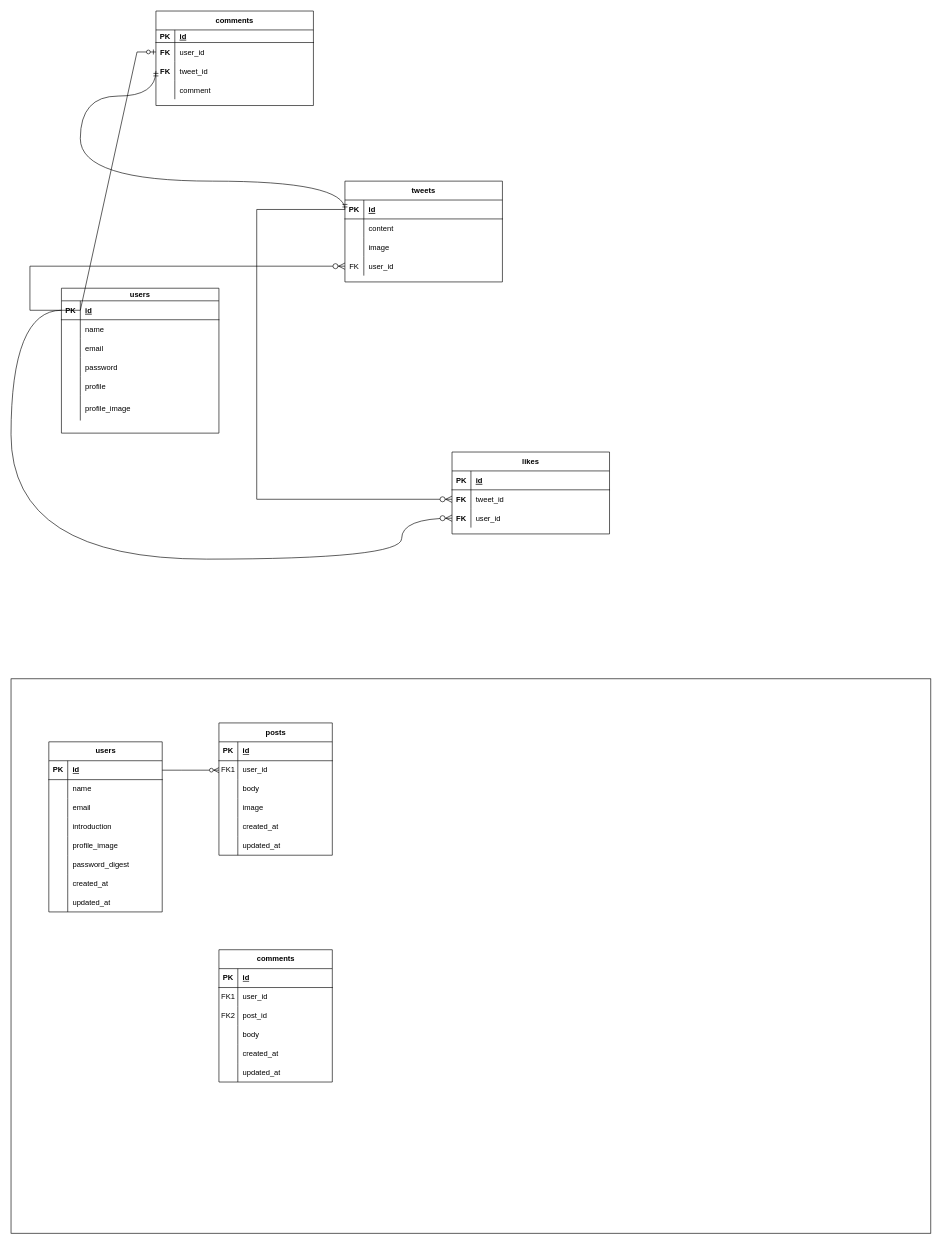
Before: tweet.drawio in Hanakus0/free_repo, a draw.io diagram. Source tidied: cells renumbered, new cells numbered last; positions are measured from the earlier drawing's top-left corner, leaving out a move shared by most shapes. Both pictures are drawn from the tidied source at 63%, with x=0, y=0 at pixel (11, 11).
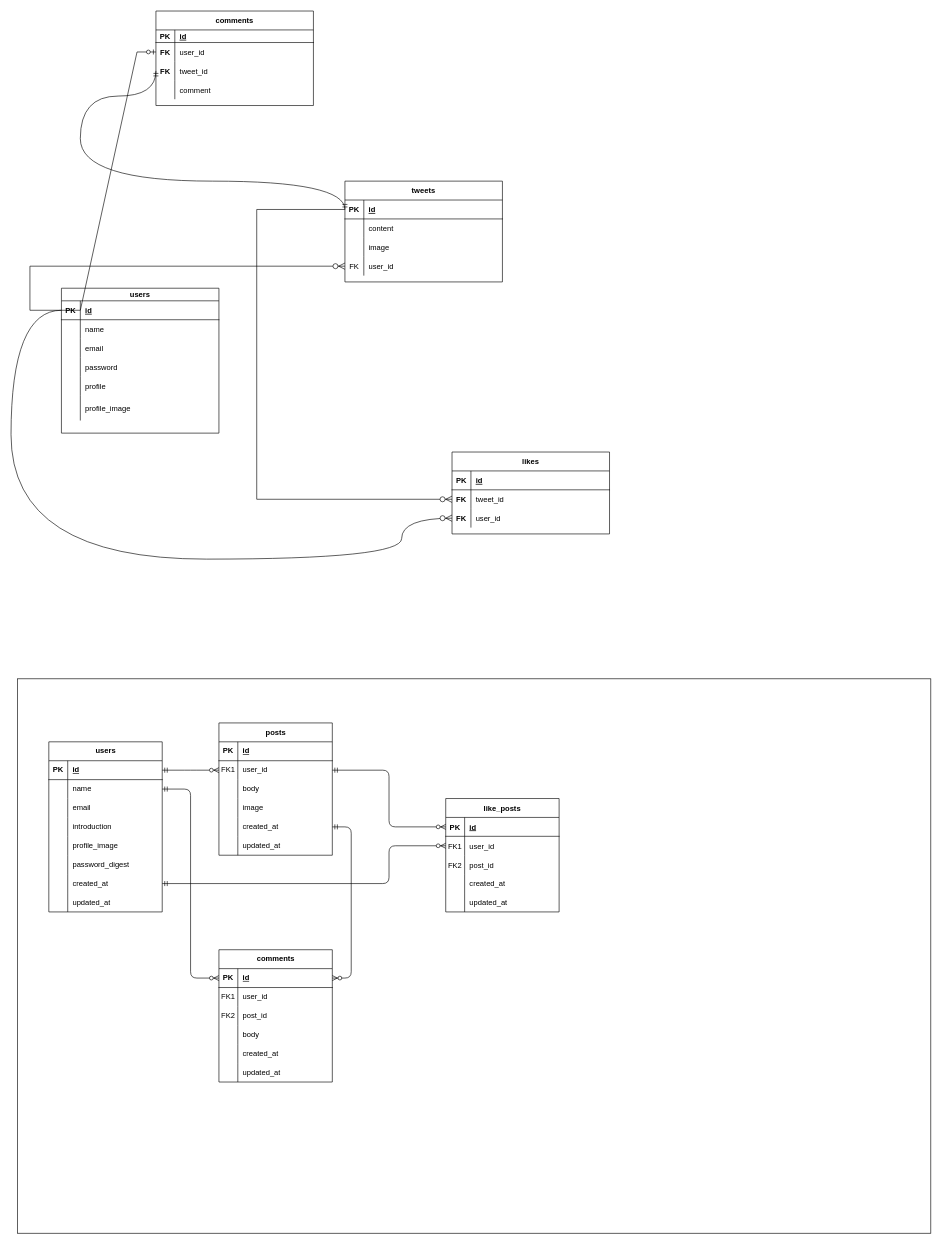
The same page after the edit.

The change refers to these unchanged cells:
```xml
<mxCell id="65" style="shape=tableRow;horizontal=0;startSize=0;swimlaneHead=0;swimlaneBody=0;fillColor=none;points=[[0,0.5],[1,0.5]];portConstraint=eastwest;top=0;left=0;right=0;bottom=1;" parent="64" vertex="1">
  <mxGeometry y="30" width="180" height="30" as="geometry" />
</mxCell>
<mxCell id="68" style="shape=tableRow;horizontal=0;startSize=0;swimlaneHead=0;swimlaneBody=0;fillColor=none;points=[[0,0.5],[1,0.5]];portConstraint=eastwest;top=0;left=0;right=0;bottom=0;" parent="64" vertex="1">
  <mxGeometry y="60" width="180" height="30" as="geometry" />
</mxCell>
<mxCell id="83" style="shape=tableRow;horizontal=0;startSize=0;swimlaneHead=0;swimlaneBody=0;fillColor=none;points=[[0,0.5],[1,0.5]];portConstraint=eastwest;top=0;left=0;right=0;bottom=0;" parent="64" vertex="1">
  <mxGeometry y="210" width="180" height="30" as="geometry" />
</mxCell>
<mxCell id="93" style="shape=tableRow;horizontal=0;startSize=0;swimlaneHead=0;swimlaneBody=0;fillColor=none;points=[[0,0.5],[1,0.5]];portConstraint=eastwest;top=0;left=0;right=0;bottom=0;" parent="89" vertex="1">
  <mxGeometry y="60" width="180" height="30" as="geometry" />
</mxCell>
<mxCell id="102" style="shape=tableRow;horizontal=0;startSize=0;swimlaneHead=0;swimlaneBody=0;fillColor=none;points=[[0,0.5],[1,0.5]];portConstraint=eastwest;top=0;left=0;right=0;bottom=0;" parent="89" vertex="1">
  <mxGeometry y="150" width="180" height="30" as="geometry" />
</mxCell>
<mxCell id="110" style="shape=tableRow;horizontal=0;startSize=0;swimlaneHead=0;swimlaneBody=0;fillColor=none;points=[[0,0.5],[1,0.5]];portConstraint=eastwest;top=0;left=0;right=0;bottom=1;" parent="109" vertex="1">
  <mxGeometry y="30" width="180" height="30" as="geometry" />
</mxCell>
```

Change to the diagram source:
```diff
@@
     <mxCell id="63" style="rounded=0;whiteSpace=wrap;html=1;" parent="1" vertex="1">
-      <mxGeometry y="1060" width="1460" height="880" as="geometry" />
+      <mxGeometry x="10" y="1060" width="1450" height="880" as="geometry" />
     </mxCell>
@@
-    <mxCell id="108" style="edgeStyle=entityRelationEdgeStyle;fontSize=12;html=1;endArrow=ERzeroToMany;endFill=1;rounded=0;exitX=1;exitY=0.5;exitDx=0;exitDy=0;entryX=0;entryY=0.5;entryDx=0;entryDy=0;" parent="1" edge="1" source="65" target="93">
-      <mxGeometry relative="1" as="geometry" />
-    </mxCell>
@@
+    <mxCell id="128" style="edgeStyle=elbowEdgeStyle;fontSize=12;html=1;endArrow=ERzeroToMany;startArrow=ERmandOne;exitX=1;exitY=0.5;exitDx=0;exitDy=0;entryX=0;entryY=0.5;entryDx=0;entryDy=0;" parent="1" edge="1" source="68" target="110">
+      <mxGeometry relative="1" as="geometry" />
+    </mxCell>
+    <mxCell id="129" style="edgeStyle=entityRelationEdgeStyle;fontSize=12;html=1;endArrow=ERzeroToMany;startArrow=ERmandOne;exitX=1;exitY=0.5;exitDx=0;exitDy=0;entryX=1;entryY=0.5;entryDx=0;entryDy=0;" parent="1" edge="1" source="102" target="110">
+      <mxGeometry relative="1" as="geometry" />
+    </mxCell>
+    <mxCell id="130" value="like_posts" style="shape=table;startSize=30;childLayout=tableLayout;rowLines=0;fontStyle=1;align=center;" parent="1" vertex="1">
+      <mxGeometry x="690" y="1250" width="180" height="180" as="geometry" />
+    </mxCell>
+    <mxCell id="131" style="shape=tableRow;horizontal=0;startSize=0;swimlaneHead=0;swimlaneBody=0;fillColor=none;points=[[0,0.5],[1,0.5]];portConstraint=eastwest;top=0;left=0;right=0;bottom=1;" parent="130" vertex="1">
+      <mxGeometry y="30" width="180" height="30" as="geometry" />
+    </mxCell>
+    <mxCell id="132" value="PK" style="shape=partialRectangle;fillColor=none;top=0;left=0;bottom=0;right=0;fontStyle=1;overflow=hidden;" parent="131" vertex="1">
+      <mxGeometry width="30" height="30" as="geometry" />
+    </mxCell>
+    <mxCell id="133" value="id" style="shape=partialRectangle;fillColor=none;top=0;left=0;bottom=0;right=0;align=left;spacingLeft=6;fontStyle=5;overflow=hidden;" parent="131" vertex="1">
+      <mxGeometry x="30" width="150" height="30" as="geometry" />
+    </mxCell>
+    <mxCell id="134" style="shape=tableRow;horizontal=0;startSize=0;swimlaneHead=0;swimlaneBody=0;fillColor=none;points=[[0,0.5],[1,0.5]];portConstraint=eastwest;top=0;left=0;right=0;bottom=0;" parent="130" vertex="1">
+      <mxGeometry y="60" width="180" height="30" as="geometry" />
+    </mxCell>
+    <mxCell id="135" value="FK1" style="shape=partialRectangle;fillColor=none;top=0;left=0;bottom=0;right=0;overflow=hidden;" parent="134" vertex="1">
+      <mxGeometry width="30" height="30" as="geometry" />
+    </mxCell>
+    <mxCell id="136" value="user_id" style="shape=partialRectangle;fillColor=none;top=0;left=0;bottom=0;right=0;align=left;spacingLeft=6;overflow=hidden;" parent="134" vertex="1">
+      <mxGeometry x="30" width="150" height="30" as="geometry" />
+    </mxCell>
+    <mxCell id="137" style="shape=tableRow;horizontal=0;startSize=0;swimlaneHead=0;swimlaneBody=0;fillColor=none;top=0;left=0;right=0;bottom=0;" parent="130" vertex="1">
+      <mxGeometry y="90" width="180" height="30" as="geometry" />
+    </mxCell>
+    <mxCell id="138" value="FK2" style="shape=partialRectangle;fillColor=none;top=0;left=0;bottom=0;right=0;overflow=hidden;" parent="137" vertex="1">
+      <mxGeometry width="30" height="30" as="geometry" />
+    </mxCell>
+    <mxCell id="139" value="post_id" style="shape=partialRectangle;fillColor=none;top=0;left=0;bottom=0;right=0;align=left;spacingLeft=6;overflow=hidden;" parent="137" vertex="1">
+      <mxGeometry x="30" width="150" height="30" as="geometry" />
+    </mxCell>
+    <mxCell id="140" style="shape=tableRow;horizontal=0;startSize=0;swimlaneHead=0;swimlaneBody=0;fillColor=none;top=0;left=0;right=0;bottom=0;" parent="130" vertex="1">
+      <mxGeometry y="120" width="180" height="30" as="geometry" />
+    </mxCell>
+    <mxCell id="141" style="shape=partialRectangle;fillColor=none;top=0;left=0;bottom=0;right=0;overflow=hidden;" parent="140" vertex="1">
+      <mxGeometry width="30" height="30" as="geometry" />
+    </mxCell>
+    <mxCell id="142" value="created_at" style="shape=partialRectangle;fillColor=none;top=0;left=0;bottom=0;right=0;align=left;spacingLeft=6;overflow=hidden;" parent="140" vertex="1">
+      <mxGeometry x="30" width="150" height="30" as="geometry" />
+    </mxCell>
+    <mxCell id="143" style="shape=tableRow;horizontal=0;startSize=0;swimlaneHead=0;swimlaneBody=0;fillColor=none;top=0;left=0;right=0;bottom=0;" parent="130" vertex="1">
+      <mxGeometry y="150" width="180" height="30" as="geometry" />
+    </mxCell>
+    <mxCell id="144" style="shape=partialRectangle;fillColor=none;top=0;left=0;bottom=0;right=0;overflow=hidden;" parent="143" vertex="1">
+      <mxGeometry width="30" height="30" as="geometry" />
+    </mxCell>
+    <mxCell id="145" value="updated_at" style="shape=partialRectangle;fillColor=none;top=0;left=0;bottom=0;right=0;align=left;spacingLeft=6;overflow=hidden;" parent="143" vertex="1">
+      <mxGeometry x="30" width="150" height="30" as="geometry" />
+    </mxCell>
+    <mxCell id="146" style="edgeStyle=elbowEdgeStyle;fontSize=12;html=1;endArrow=ERzeroToMany;startArrow=ERmandOne;entryX=0;entryY=0.5;entryDx=0;entryDy=0;exitX=1;exitY=0.5;exitDx=0;exitDy=0;" parent="1" edge="1" source="83" target="134">
+      <mxGeometry relative="1" as="geometry">
+        <Array as="points">
+          <mxPoint x="600" y="1360" />
+        </Array>
+      </mxGeometry>
+    </mxCell>
+    <mxCell id="147" style="edgeStyle=elbowEdgeStyle;fontSize=12;html=1;endArrow=ERzeroToMany;startArrow=ERmandOne;entryX=0;entryY=0.5;entryDx=0;entryDy=0;exitX=1;exitY=0.5;exitDx=0;exitDy=0;" parent="1" edge="1" source="93" target="131">
+      <mxGeometry relative="1" as="geometry" />
+    </mxCell>
+    <mxCell id="108" style="edgeStyle=elbowEdgeStyle;fontSize=12;html=1;endArrow=ERzeroToMany;startArrow=ERmandOne;entryX=0;entryY=0.5;entryDx=0;entryDy=0;exitX=1;exitY=0.5;exitDx=0;exitDy=0;" parent="1" edge="1" source="65" target="93">
+      <mxGeometry relative="1" as="geometry" />
+    </mxCell>
```
